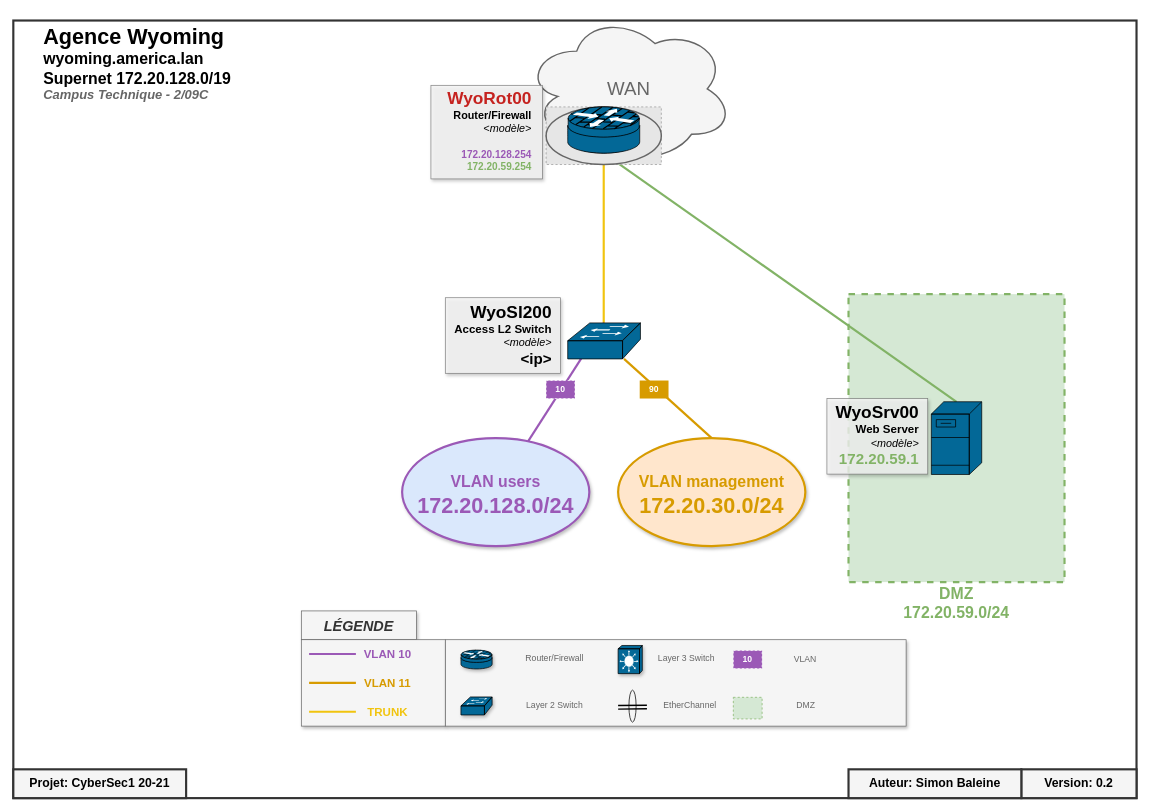
Before: docs/wyoming.drawio in shellwhale/pensive-sammet, a draw.io diagram. Source tidied: cells renumbered, new cells numbered last; positions are measured from the earlier drawing's top-left corner, leaving out a move shared by most shapes. Both pictures are drawn from the tidied source at 72%, with x=0, y=0 at pixel (13, 13). Pictures stored in the file or linked from it are replaced by grey dashed boxes.
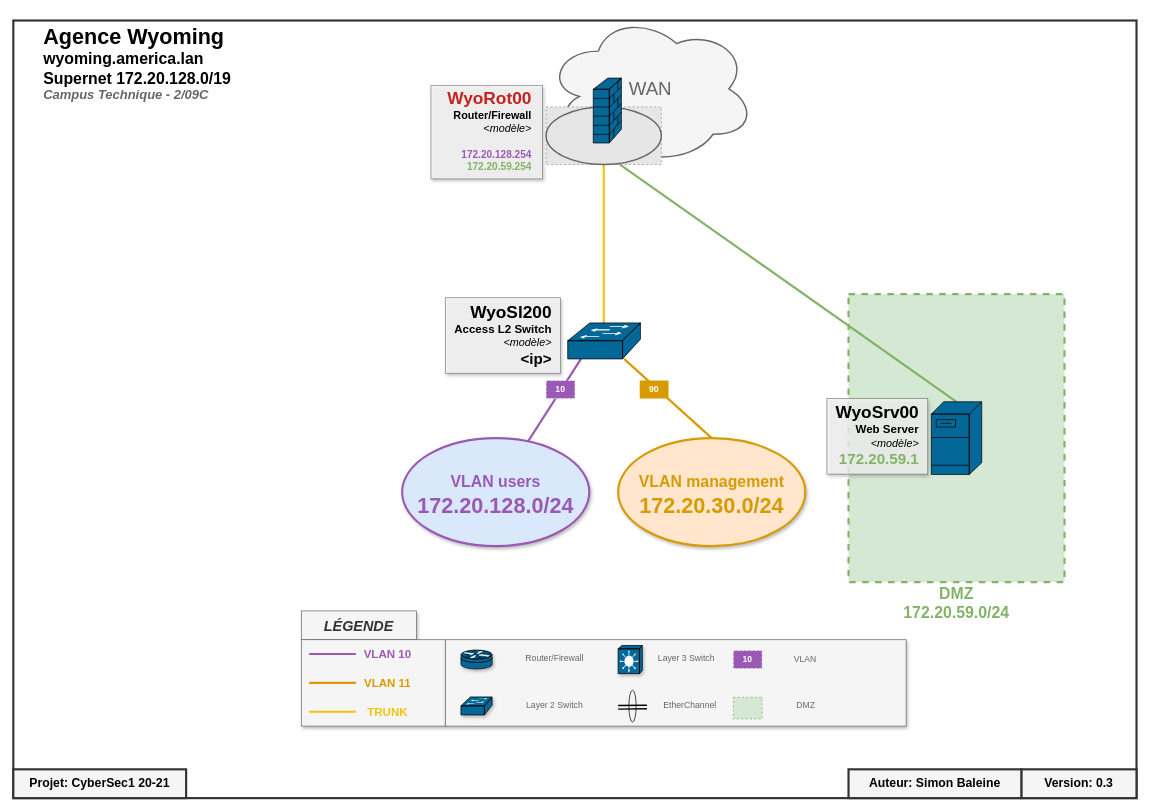
Above is the later version.

Commit message (it also covers changes not shown here):
Changed router-firewall icons to firewall icons

Unchanged cells that the change refers to:
```xml
<mxCell id="41" style="shape=mxgraph.cisco.servers.fileserver;html=1;dashed=0;fillColor=#036897;strokeColor=#000000;strokeWidth=1;verticalLabelPosition=bottom;verticalAlign=top;align=center;outlineConnect=0;" parent="10" vertex="1">
  <mxGeometry x="1275" y="539.5" width="70" height="101" as="geometry" />
</mxCell>
<mxCell id="42" style="group;" parent="10" vertex="1">
  <mxGeometry x="740" y="130" width="440" height="100" as="geometry" />
</mxCell>
```

Diff of the diagram source:
```diff
@@
-    <mxCell id="4" value="&lt;b&gt;&lt;font style=&quot;font-size: 17px&quot;&gt;Version: 0.2&lt;/font&gt;&lt;/b&gt;" style="text;html=1;strokeColor=none;fillColor=none;align=center;verticalAlign=middle;whiteSpace=wrap;rounded=0;shadow=0;" parent="1" vertex="1">
+    <mxCell id="4" value="&lt;b&gt;&lt;font style=&quot;font-size: 17px&quot;&gt;Version: 0.3&lt;/font&gt;&lt;/b&gt;" style="text;html=1;strokeColor=none;fillColor=none;align=center;verticalAlign=middle;whiteSpace=wrap;rounded=0;shadow=0;" parent="1" vertex="1">
       <mxGeometry x="1400" y="1050" width="160" height="40" as="geometry" />
     </mxCell>
@@
     <mxCell id="12" value="&lt;font style=&quot;font-size: 26px&quot; color=&quot;#666666&quot;&gt;WAN&lt;/font&gt;" style="ellipse;shape=cloud;whiteSpace=wrap;html=1;fillColor=#f5f5f5;strokeColor=#666666;fontColor=#333333;strokeWidth=2;" parent="10" vertex="1">
-      <mxGeometry x="710" width="290" height="210" as="geometry" />
+      <mxGeometry x="740" width="290" height="210" as="geometry" />
     </mxCell>
-    <mxCell id="13" style="endArrow=none;html=1;strokeColor=#F1C40F;strokeWidth=3;fontFamily=Helvetica;fontSize=16;fontColor=#C0392B;entryX=0.5;entryY=1;entryDx=0;entryDy=0;entryPerimeter=0;fillColor=#f5f5f5;" parent="10" edge="1" target="46">
+    <mxCell id="13" style="endArrow=none;html=1;strokeColor=#F1C40F;strokeWidth=3;fontFamily=Helvetica;fontSize=16;fontColor=#C0392B;entryX=0.5;entryY=1;entryDx=0;entryDy=0;entryPerimeter=0;fillColor=#f5f5f5;" parent="10" edge="1">
       <mxGeometry relative="1" as="geometry">
         <mxPoint x="820" y="430" as="sourcePoint" />
+        <mxPoint x="820" y="194.2" as="targetPoint" />
       </mxGeometry>
     </mxCell>
@@
-    <mxCell id="40" style="endArrow=none;html=1;strokeColor=#82B366;strokeWidth=3;fontFamily=Helvetica;fontSize=16;fontColor=#C0392B;entryX=0.5;entryY=1;entryDx=0;entryDy=0;entryPerimeter=0;exitX=0.5;exitY=0;exitDx=0;exitDy=0;exitPerimeter=0;fillColor=#f5f5f5;" parent="10" edge="1" source="41" target="46">
-      <mxGeometry relative="1" as="geometry" />
+    <mxCell id="40" style="endArrow=none;html=1;strokeColor=#82B366;strokeWidth=3;fontFamily=Helvetica;fontSize=16;fontColor=#C0392B;entryX=0.5;entryY=1;entryDx=0;entryDy=0;entryPerimeter=0;exitX=0.5;exitY=0;exitDx=0;exitDy=0;exitPerimeter=0;fillColor=#f5f5f5;" parent="10" edge="1" source="41">
+      <mxGeometry relative="1" as="geometry">
+        <mxPoint x="820" y="194.2" as="targetPoint" />
+      </mxGeometry>
     </mxCell>
@@
-    <mxCell id="45" style="shape=mxgraph.cisco.routers.router;html=1;dashed=0;fillColor=#036897;strokeColor=#000000;strokeWidth=1;verticalLabelPosition=bottom;verticalAlign=top;align=center;fontColor=#333333;shadow=0;" parent="42" vertex="1">
-      <mxGeometry x="32.7" width="94.5" height="64.2" as="geometry" />
-    </mxCell>
-    <mxCell id="46" style="shape=mxgraph.cisco.security.router_firewall;html=1;dashed=0;fillColor=#036897;strokeColor=#000000;strokeWidth=1;verticalLabelPosition=bottom;verticalAlign=top;shadow=0;" parent="42" vertex="1">
-      <mxGeometry x="30" width="100" height="64.2" as="geometry" />
-    </mxCell>
@@
+    <mxCell id="62" style="shape=mxgraph.cisco.security.firewall;html=1;dashed=0;fillColor=#036897;strokeWidth=1;verticalLabelPosition=bottom;verticalAlign=top;align=center;" parent="10" vertex="1">
+      <mxGeometry x="805.5" y="90" width="39" height="90.1" as="geometry" />
+    </mxCell>
```
